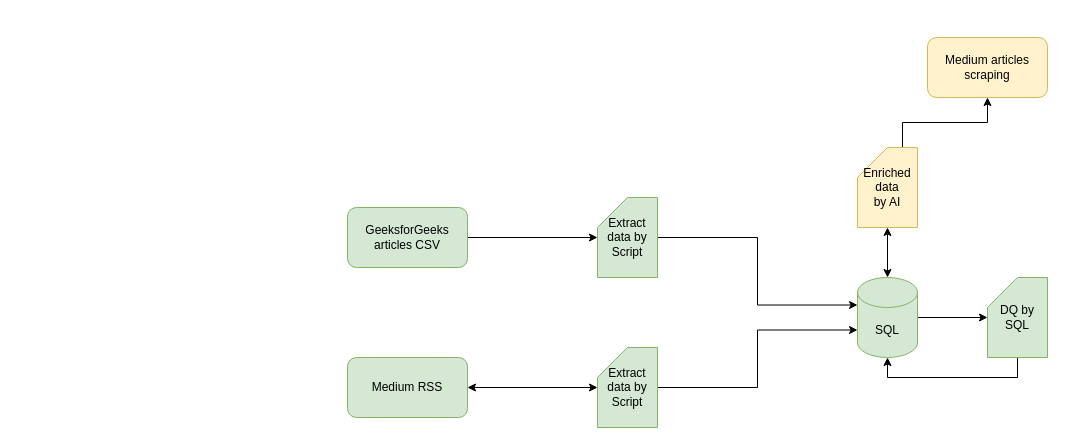
This is data_man/project/docs/architecture.drawio from gevola-dev/FDS02Q001, a draw.io file, before an edit. Source tidied: cells renumbered, new cells numbered last; positions are measured from the earlier drawing's top-left corner, leaving out a move shared by most shapes. Both pictures are drawn from the tidied source at 100%, with x=0, y=0 at pixel (347, 37).
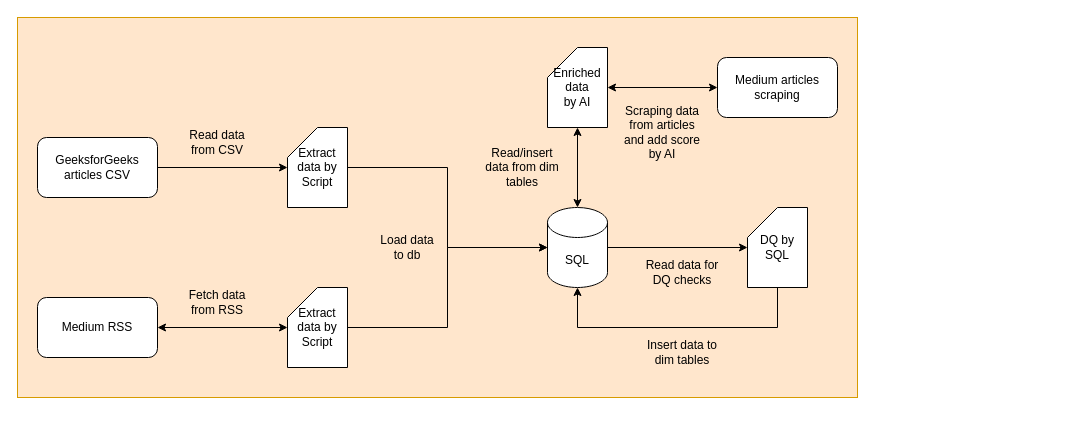
The same page after the edit.

Diff of the diagram source:
```diff
@@
+    <mxCell id="18" style="rounded=0;whiteSpace=wrap;html=1;fillColor=#ffe6cc;strokeColor=#d79b00;" parent="1" vertex="1">
+      <mxGeometry x="-330" y="-20" width="840" height="380" as="geometry" />
+    </mxCell>
@@
-    <mxCell id="3" value="GeeksforGeeks&lt;br&gt;articles CSV" style="rounded=1;whiteSpace=wrap;html=1;fillColor=#d5e8d4;strokeColor=#82b366;" parent="1" vertex="1">
-      <mxGeometry y="170" width="120" height="60" as="geometry" />
+    <mxCell id="3" value="GeeksforGeeks&lt;br&gt;articles CSV" style="rounded=1;whiteSpace=wrap;html=1;" parent="1" vertex="1">
+      <mxGeometry x="-310" y="100" width="120" height="60" as="geometry" />
     </mxCell>
-    <mxCell id="4" value="Medium RSS" style="rounded=1;whiteSpace=wrap;html=1;fillColor=#d5e8d4;strokeColor=#82b366;" parent="1" vertex="1">
-      <mxGeometry y="320" width="120" height="60" as="geometry" />
+    <mxCell id="4" value="Medium RSS" style="rounded=1;whiteSpace=wrap;html=1;" parent="1" vertex="1">
+      <mxGeometry x="-310" y="260" width="120" height="60" as="geometry" />
     </mxCell>
-    <mxCell id="5" value="Medium articles scraping" style="rounded=1;whiteSpace=wrap;html=1;fillColor=#fff2cc;strokeColor=#d6b656;" parent="1" vertex="1">
-      <mxGeometry x="580" width="120" height="60" as="geometry" />
+    <mxCell id="5" value="Medium articles scraping" style="rounded=1;whiteSpace=wrap;html=1;" parent="1" vertex="1">
+      <mxGeometry x="370" y="20" width="120" height="60" as="geometry" />
     </mxCell>
@@
-    <mxCell id="7" style="edgeStyle=orthogonalEdgeStyle;rounded=0;jettySize=auto;html=1;exitX=1;exitY=0.5;exitDx=0;exitDy=0;exitPerimeter=0;entryX=0;entryY=0;entryDx=0;entryDy=52.5;entryPerimeter=0;" parent="1" edge="1" source="8" target="11">
+    <mxCell id="7" style="edgeStyle=orthogonalEdgeStyle;rounded=0;jettySize=auto;html=1;exitX=1;exitY=0.5;exitDx=0;exitDy=0;exitPerimeter=0;entryX=0;entryY=0.5;entryDx=0;entryDy=0;entryPerimeter=0;" parent="1" edge="1" source="8" target="11">
       <mxGeometry relative="1" as="geometry" />
     </mxCell>
-    <mxCell id="8" value="Extract data by&lt;br&gt;Script" style="shape=card;whiteSpace=wrap;html=1;fillColor=#d5e8d4;strokeColor=#82b366;" parent="1" vertex="1">
-      <mxGeometry x="250" y="310" width="60" height="80" as="geometry" />
+    <mxCell id="8" value="Extract data by&lt;br&gt;Script" style="shape=card;whiteSpace=wrap;html=1;" parent="1" vertex="1">
+      <mxGeometry x="-60" y="250" width="60" height="80" as="geometry" />
     </mxCell>
@@
-    <mxCell id="11" value="SQL" style="shape=cylinder3;whiteSpace=wrap;html=1;boundedLbl=1;backgroundOutline=1;size=15;fillColor=#d5e8d4;strokeColor=#82b366;" parent="1" vertex="1">
-      <mxGeometry x="510" y="240" width="60" height="80" as="geometry" />
+    <mxCell id="11" value="SQL" style="shape=cylinder3;whiteSpace=wrap;html=1;boundedLbl=1;backgroundOutline=1;size=15;" parent="1" vertex="1">
+      <mxGeometry x="200" y="170" width="60" height="80" as="geometry" />
     </mxCell>
     <mxCell id="12" style="edgeStyle=orthogonalEdgeStyle;rounded=0;jettySize=auto;html=1;exitX=0.5;exitY=1;exitDx=0;exitDy=0;exitPerimeter=0;entryX=0.5;entryY=1;entryDx=0;entryDy=0;entryPerimeter=0;" parent="1" edge="1" source="13" target="11">
-      <mxGeometry relative="1" as="geometry" />
+      <mxGeometry relative="1" as="geometry">
+        <Array as="points">
+          <mxPoint x="430" y="290" />
+          <mxPoint x="230" y="290" />
+        </Array>
+      </mxGeometry>
     </mxCell>
-    <mxCell id="13" value="DQ by SQL" style="shape=card;whiteSpace=wrap;html=1;fillColor=#d5e8d4;strokeColor=#82b366;" parent="1" vertex="1">
-      <mxGeometry x="640" y="240" width="60" height="80" as="geometry" />
+    <mxCell id="13" value="DQ by SQL" style="shape=card;whiteSpace=wrap;html=1;" parent="1" vertex="1">
+      <mxGeometry x="400" y="170" width="60" height="80" as="geometry" />
     </mxCell>
-    <mxCell id="14" style="edgeStyle=orthogonalEdgeStyle;rounded=0;jettySize=auto;html=1;exitX=0;exitY=0;exitDx=45;exitDy=0;exitPerimeter=0;" parent="1" edge="1" source="15" target="5">
+    <mxCell id="14" style="edgeStyle=orthogonalEdgeStyle;rounded=0;jettySize=auto;html=1;exitX=1;exitY=0.5;exitDx=0;exitDy=0;exitPerimeter=0;entryX=0;entryY=0.5;entryDx=0;entryDy=0;startArrow=classic;startFill=1;" parent="1" edge="1" source="15" target="5">
       <mxGeometry relative="1" as="geometry" />
     </mxCell>
-    <mxCell id="15" value="Enriched data &lt;br&gt;by AI" style="shape=card;whiteSpace=wrap;html=1;fillColor=#fff2cc;strokeColor=#d6b656;" parent="1" vertex="1">
-      <mxGeometry x="510" y="110" width="60" height="80" as="geometry" />
+    <mxCell id="15" value="Enriched data &lt;br&gt;by AI" style="shape=card;whiteSpace=wrap;html=1;" parent="1" vertex="1">
+      <mxGeometry x="200" y="10" width="60" height="80" as="geometry" />
     </mxCell>
-    <mxCell id="16" style="edgeStyle=orthogonalEdgeStyle;rounded=0;jettySize=auto;html=1;exitX=1;exitY=0.5;exitDx=0;exitDy=0;exitPerimeter=0;entryX=0;entryY=0;entryDx=0;entryDy=27.5;entryPerimeter=0;" parent="1" edge="1" source="17" target="11">
+    <mxCell id="16" style="edgeStyle=orthogonalEdgeStyle;rounded=0;jettySize=auto;html=1;exitX=1;exitY=0.5;exitDx=0;exitDy=0;exitPerimeter=0;entryX=0;entryY=0.5;entryDx=0;entryDy=0;entryPerimeter=0;" parent="1" edge="1" source="17" target="11">
       <mxGeometry relative="1" as="geometry" />
     </mxCell>
-    <mxCell id="17" value="Extract data by&lt;br&gt;Script" style="shape=card;whiteSpace=wrap;html=1;fillColor=#d5e8d4;strokeColor=#82b366;" parent="1" vertex="1">
-      <mxGeometry x="250" y="160" width="60" height="80" as="geometry" />
+    <mxCell id="17" value="Extract data by&lt;br&gt;Script" style="shape=card;whiteSpace=wrap;html=1;" parent="1" vertex="1">
+      <mxGeometry x="-60" y="90" width="60" height="80" as="geometry" />
     </mxCell>
+    <mxCell id="19" value="Read data from CSV" style="text;html=1;whiteSpace=wrap;strokeColor=none;fillColor=none;align=center;verticalAlign=middle;rounded=0;" parent="1" vertex="1">
+      <mxGeometry x="-160" y="90" width="60" height="30" as="geometry" />
+    </mxCell>
+    <mxCell id="20" value="Fetch data from RSS" style="text;html=1;whiteSpace=wrap;strokeColor=none;fillColor=none;align=center;verticalAlign=middle;rounded=0;" parent="1" vertex="1">
+      <mxGeometry x="-160" y="250" width="60" height="30" as="geometry" />
+    </mxCell>
+    <mxCell id="21" value="Load data to db" style="text;html=1;whiteSpace=wrap;strokeColor=none;fillColor=none;align=center;verticalAlign=middle;rounded=0;" parent="1" vertex="1">
+      <mxGeometry x="30" y="195" width="60" height="30" as="geometry" />
+    </mxCell>
+    <mxCell id="22" value="Insert data to dim tables" style="text;html=1;whiteSpace=wrap;strokeColor=none;fillColor=none;align=center;verticalAlign=middle;rounded=0;" parent="1" vertex="1">
+      <mxGeometry x="290" y="300" width="90" height="30" as="geometry" />
+    </mxCell>
+    <mxCell id="23" value="Read data for DQ checks" style="text;html=1;whiteSpace=wrap;strokeColor=none;fillColor=none;align=center;verticalAlign=middle;rounded=0;" parent="1" vertex="1">
+      <mxGeometry x="290" y="220" width="90" height="30" as="geometry" />
+    </mxCell>
+    <mxCell id="24" value="Read/insert data from dim tables" style="text;html=1;whiteSpace=wrap;strokeColor=none;fillColor=none;align=center;verticalAlign=middle;rounded=0;" parent="1" vertex="1">
+      <mxGeometry x="130" y="115" width="90" height="30" as="geometry" />
+    </mxCell>
+    <mxCell id="25" value="Scraping data from articles and add score by AI" style="text;html=1;whiteSpace=wrap;strokeColor=none;fillColor=none;align=center;verticalAlign=middle;rounded=0;" parent="1" vertex="1">
+      <mxGeometry x="270" y="80" width="90" height="30" as="geometry" />
+    </mxCell>
```
